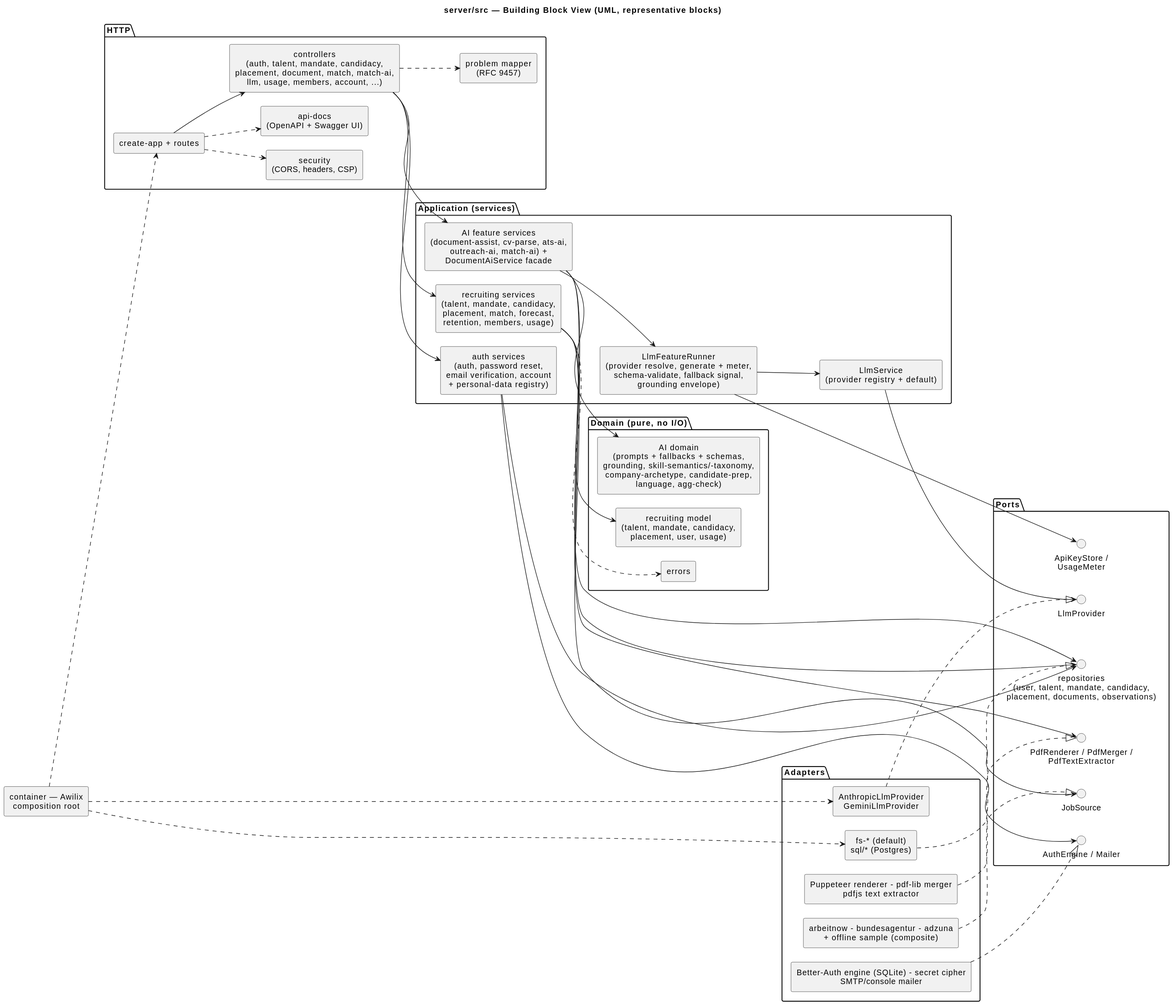
Above: docs/umls/05_building_blocks.svg in NexusHero/Resume (PlantUML), before the change. Its source is kept beside it as docs/umls/05_building_blocks.puml.
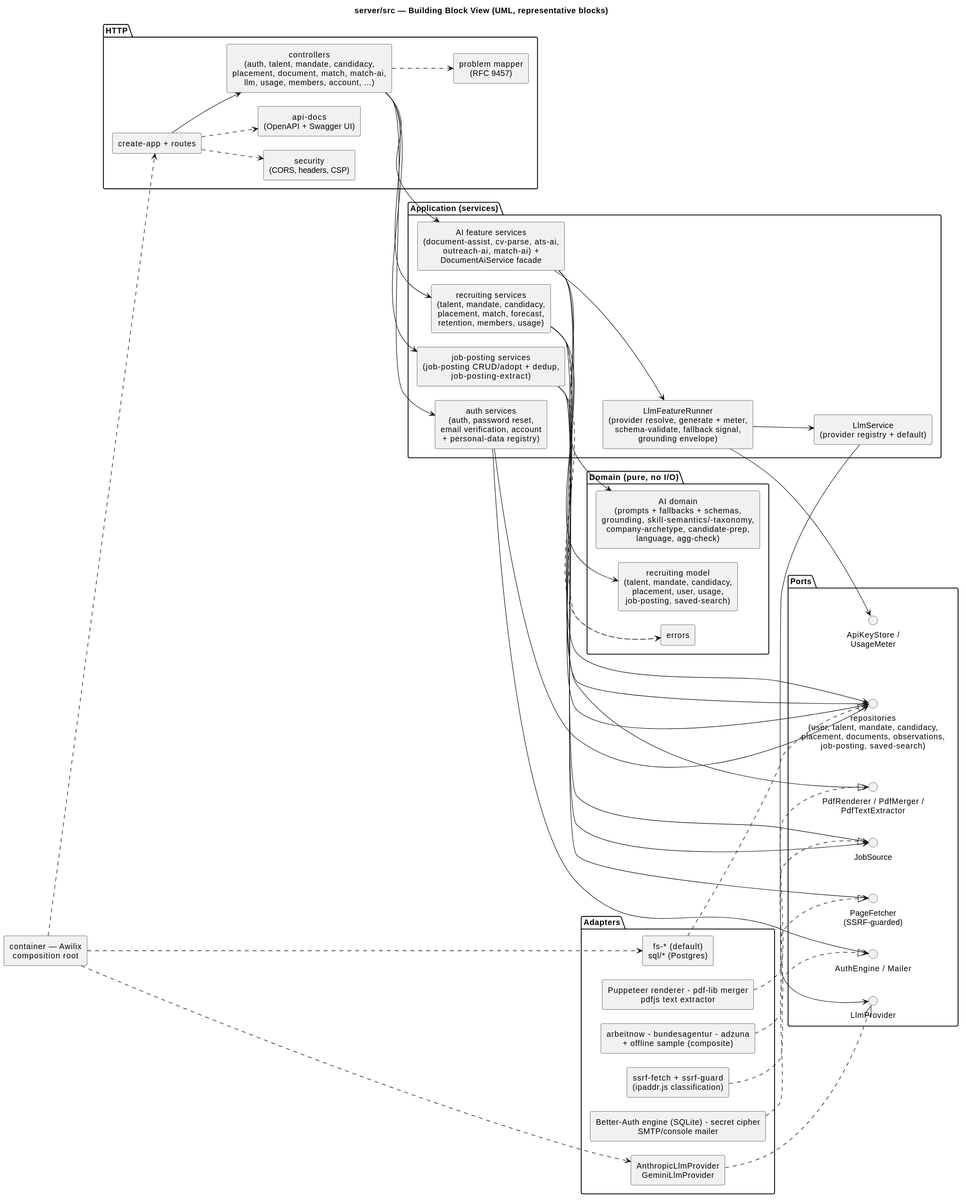
The same diagram one commit later.

Change to the diagram source:
```diff
@@ -20,23 +20,25 @@
   [LlmFeatureRunner\n(provider resolve, generate + meter,\nschema-validate, fallback signal,\ngrounding envelope)] as Runner
   [AI feature services\n(document-assist, cv-parse, ats-ai,\noutreach-ai, match-ai) +\nDocumentAiService facade] as AiSvc
   [recruiting services\n(talent, mandate, candidacy,\nplacement, match, forecast,\nretention, members, usage)] as RecSvc
+  [job-posting services\n(job-posting CRUD/adopt + dedup,\njob-posting-extract)] as JobPostingSvc
   [auth services\n(auth, password reset,\nemail verification, account\n+ personal-data registry)] as AuthSvc
   [LlmService\n(provider registry + default)] as LlmSvc
 }
 
 package "Domain (pure, no I/O)" {
-  [recruiting model\n(talent, mandate, candidacy,\nplacement, user, usage)] as Model
+  [recruiting model\n(talent, mandate, candidacy,\nplacement, user, usage,\njob-posting, saved-search)] as Model
   [AI domain\n(prompts + fallbacks + schemas,\ngrounding, skill-semantics/-taxonomy,\ncompany-archetype, candidate-prep,\nlanguage, agg-check)] as AiDomain
   [errors] as DomainErrors
 }
 
 package "Ports" {
-  interface "repositories\n(user, talent, mandate, candidacy,\nplacement, documents, observations)" as Repos
+  interface "repositories\n(user, talent, mandate, candidacy,\nplacement, documents, observations,\njob-posting, saved-search)" as Repos
   interface LlmProvider
   interface "ApiKeyStore /\nUsageMeter" as Keys
   interface "AuthEngine / Mailer" as AuthPorts
   interface "PdfRenderer / PdfMerger /\nPdfTextExtractor" as PdfPorts
   interface JobSource
+  interface "PageFetcher\n(SSRF-guarded)" as PageFetcher
 }
 
 package "Adapters" {
@@ -45,6 +47,7 @@
   [Better-Auth engine (SQLite) - secret cipher\nSMTP/console mailer] as AuthAdapters
   [Puppeteer renderer - pdf-lib merger\npdfjs text extractor] as PdfAdapters
   [arbeitnow - bundesagentur - adzuna\n+ offline sample (composite)] as JobAdapters
+  [ssrf-fetch + ssrf-guard\n(ipaddr.js classification)] as SsrfAdapter
 }
 
 [container — Awilix\ncomposition root] as Container
@@ -56,6 +59,7 @@
 Ctrl --> AiSvc
 Ctrl --> RecSvc
 Ctrl --> AuthSvc
+Ctrl --> JobPostingSvc
 AiSvc --> Runner
 Runner --> LlmSvc
 Runner --> Keys
@@ -65,7 +69,11 @@
 AiSvc --> Repos
 RecSvc --> Repos
 AuthSvc --> Repos
+JobPostingSvc --> Repos
+JobPostingSvc --> JobSource
+JobPostingSvc --> PageFetcher
 RecSvc ..> DomainErrors
+JobPostingSvc ..> DomainErrors
 AiSvc --> PdfPorts
 RecSvc --> JobSource
 LlmSvc --> LlmProvider
@@ -75,6 +83,7 @@
 AuthAdapters ..|> AuthPorts
 PdfAdapters ..|> PdfPorts
 JobAdapters ..|> JobSource
+SsrfAdapter ..|> PageFetcher
 
 Container ..> StoreAdapters
 Container ..> LlmAdapters
```
